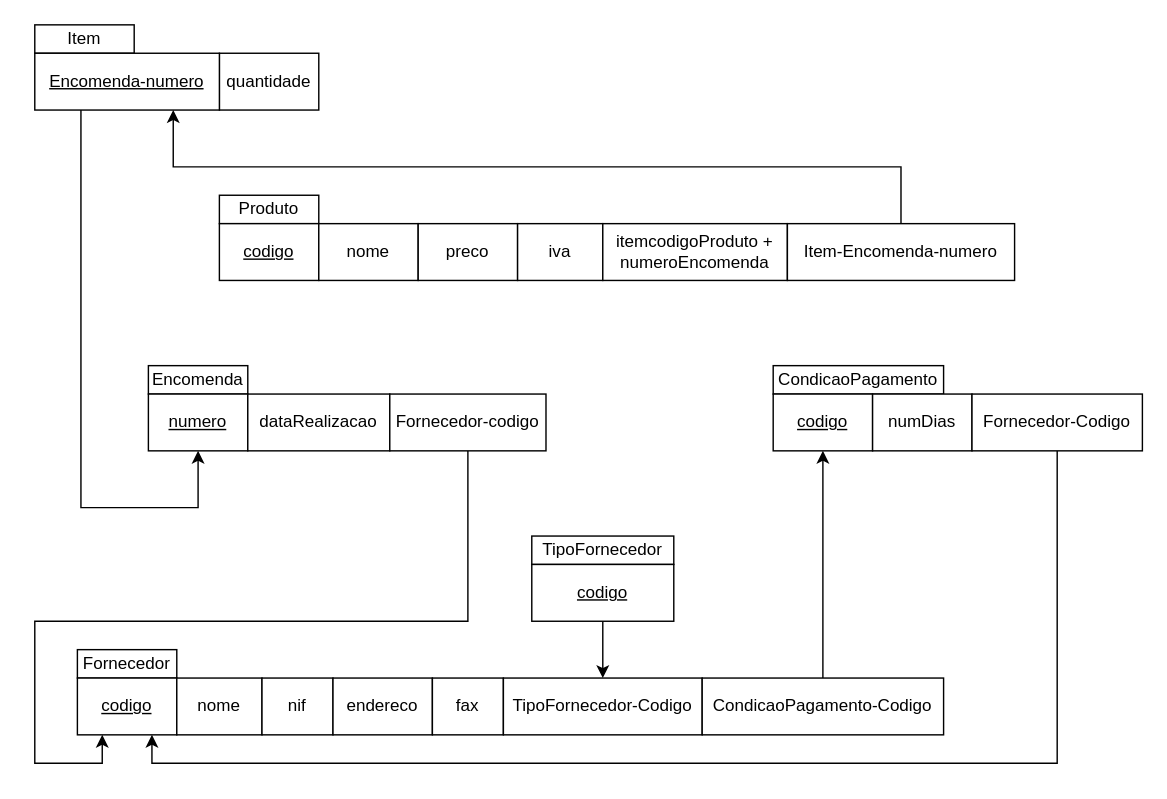
This is 03/ex_3_3a.drawio from sebastiaoteixeira/bd-lessons, a draw.io file, before an edit. Source tidied: cells renumbered, new cells numbered last; positions are measured from the earlier drawing's top-left corner, leaving out a move shared by most shapes. Both pictures are drawn from the tidied source at 142%, with x=0, y=0 at pixel (34, 24).
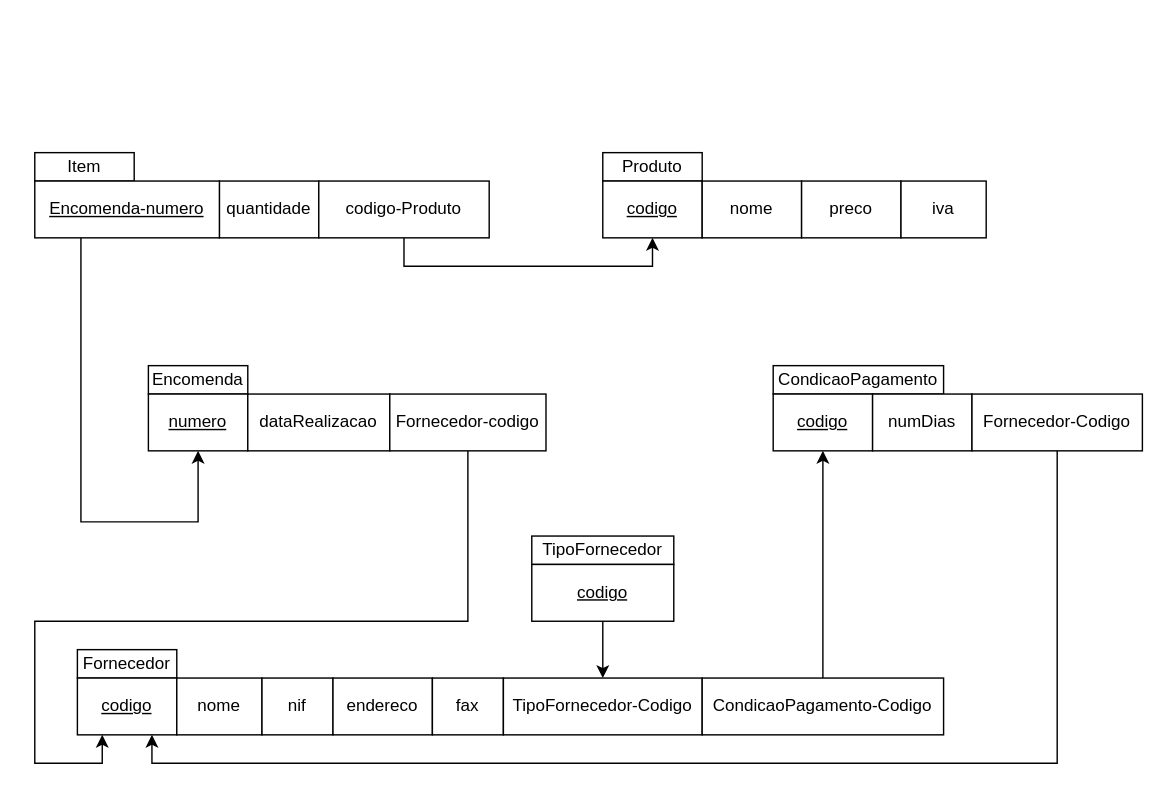
The same page after the edit.

Unchanged cells that the change refers to:
```xml
<mxCell id="13" value="numero" style="rounded=0;whiteSpace=wrap;html=1;fontStyle=4;" parent="1" vertex="1">
  <mxGeometry x="80" y="260" width="70" height="40" as="geometry" />
</mxCell>
```

What changed in the source:
```diff
@@
     <mxCell id="2" value="Produto" style="rounded=0;whiteSpace=wrap;html=1;" parent="1" vertex="1">
-      <mxGeometry x="130" y="120" width="70" height="20" as="geometry" />
+      <mxGeometry x="400" y="90" width="70" height="20" as="geometry" />
     </mxCell>
     <mxCell id="3" value="codigo" style="rounded=0;whiteSpace=wrap;html=1;fontStyle=4;" parent="1" vertex="1">
-      <mxGeometry x="130" y="140" width="70" height="40" as="geometry" />
+      <mxGeometry x="400" y="110" width="70" height="40" as="geometry" />
     </mxCell>
     <mxCell id="4" value="nome" style="rounded=0;whiteSpace=wrap;html=1;" parent="1" vertex="1">
-      <mxGeometry x="200" y="140" width="70" height="40" as="geometry" />
+      <mxGeometry x="470" y="110" width="70" height="40" as="geometry" />
     </mxCell>
     <mxCell id="5" value="preco" style="rounded=0;whiteSpace=wrap;html=1;" parent="1" vertex="1">
-      <mxGeometry x="270" y="140" width="70" height="40" as="geometry" />
+      <mxGeometry x="540" y="110" width="70" height="40" as="geometry" />
     </mxCell>
     <mxCell id="6" value="iva" style="rounded=0;whiteSpace=wrap;html=1;" parent="1" vertex="1">
-      <mxGeometry x="340" y="140" width="60" height="40" as="geometry" />
+      <mxGeometry x="610" y="110" width="60" height="40" as="geometry" />
     </mxCell>
-    <mxCell id="7" value="itemcodigoProduto + numeroEncomenda" style="rounded=0;whiteSpace=wrap;html=1;" parent="1" vertex="1">
-      <mxGeometry x="400" y="140" width="130" height="40" as="geometry" />
-    </mxCell>
     <mxCell id="8" value="Item" style="rounded=0;whiteSpace=wrap;html=1;" parent="1" vertex="1">
-      <mxGeometry width="70" height="20" as="geometry" />
+      <mxGeometry y="90" width="70" height="20" as="geometry" />
     </mxCell>
     <mxCell id="9" value="quantidade" style="rounded=0;whiteSpace=wrap;html=1;fontStyle=0;" parent="1" vertex="1">
-      <mxGeometry x="130" y="20" width="70" height="40" as="geometry" />
+      <mxGeometry x="130" y="110" width="70" height="40" as="geometry" />
     </mxCell>
     <mxCell id="10" style="edgeStyle=orthogonalEdgeStyle;rounded=0;jettySize=auto;html=1;exitX=0.25;exitY=1;exitDx=0;exitDy=0;entryX=0.5;entryY=1;entryDx=0;entryDy=0;" parent="1" edge="1" source="11" target="13">
       <mxGeometry relative="1" as="geometry">
         <Array as="points">
-          <mxPoint x="33" y="340" />
-          <mxPoint x="115" y="340" />
+          <mxPoint x="33" y="350" />
+          <mxPoint x="115" y="350" />
         </Array>
       </mxGeometry>
     </mxCell>
     <mxCell id="11" value="Encomenda-numero" style="rounded=0;whiteSpace=wrap;html=1;fontStyle=4;" parent="1" vertex="1">
-      <mxGeometry y="20" width="130" height="40" as="geometry" />
+      <mxGeometry y="110" width="130" height="40" as="geometry" />
     </mxCell>
@@
-    <mxCell id="34" style="edgeStyle=orthogonalEdgeStyle;rounded=0;jettySize=auto;html=1;entryX=0.75;entryY=1;entryDx=0;entryDy=0;" parent="1" edge="1" source="35" target="11">
-      <mxGeometry relative="1" as="geometry">
-        <Array as="points">
-          <mxPoint x="610" y="100" />
-          <mxPoint x="98" y="100" />
-        </Array>
-      </mxGeometry>
-    </mxCell>
-    <mxCell id="35" value="Item-Encomenda-numero" style="rounded=0;whiteSpace=wrap;html=1;" parent="1" vertex="1">
-      <mxGeometry x="530" y="140" width="160" height="40" as="geometry" />
-    </mxCell>
+    <mxCell id="36" style="edgeStyle=orthogonalEdgeStyle;rounded=0;jettySize=auto;html=1;entryX=0.5;entryY=1;entryDx=0;entryDy=0;" parent="1" edge="1" source="37" target="3">
+      <mxGeometry relative="1" as="geometry">
+        <Array as="points">
+          <mxPoint x="260" y="170" />
+          <mxPoint x="435" y="170" />
+        </Array>
+      </mxGeometry>
+    </mxCell>
+    <mxCell id="37" value="codigo-Produto" style="rounded=0;whiteSpace=wrap;html=1;" parent="1" vertex="1">
+      <mxGeometry x="200" y="110" width="120" height="40" as="geometry" />
+    </mxCell>
```
